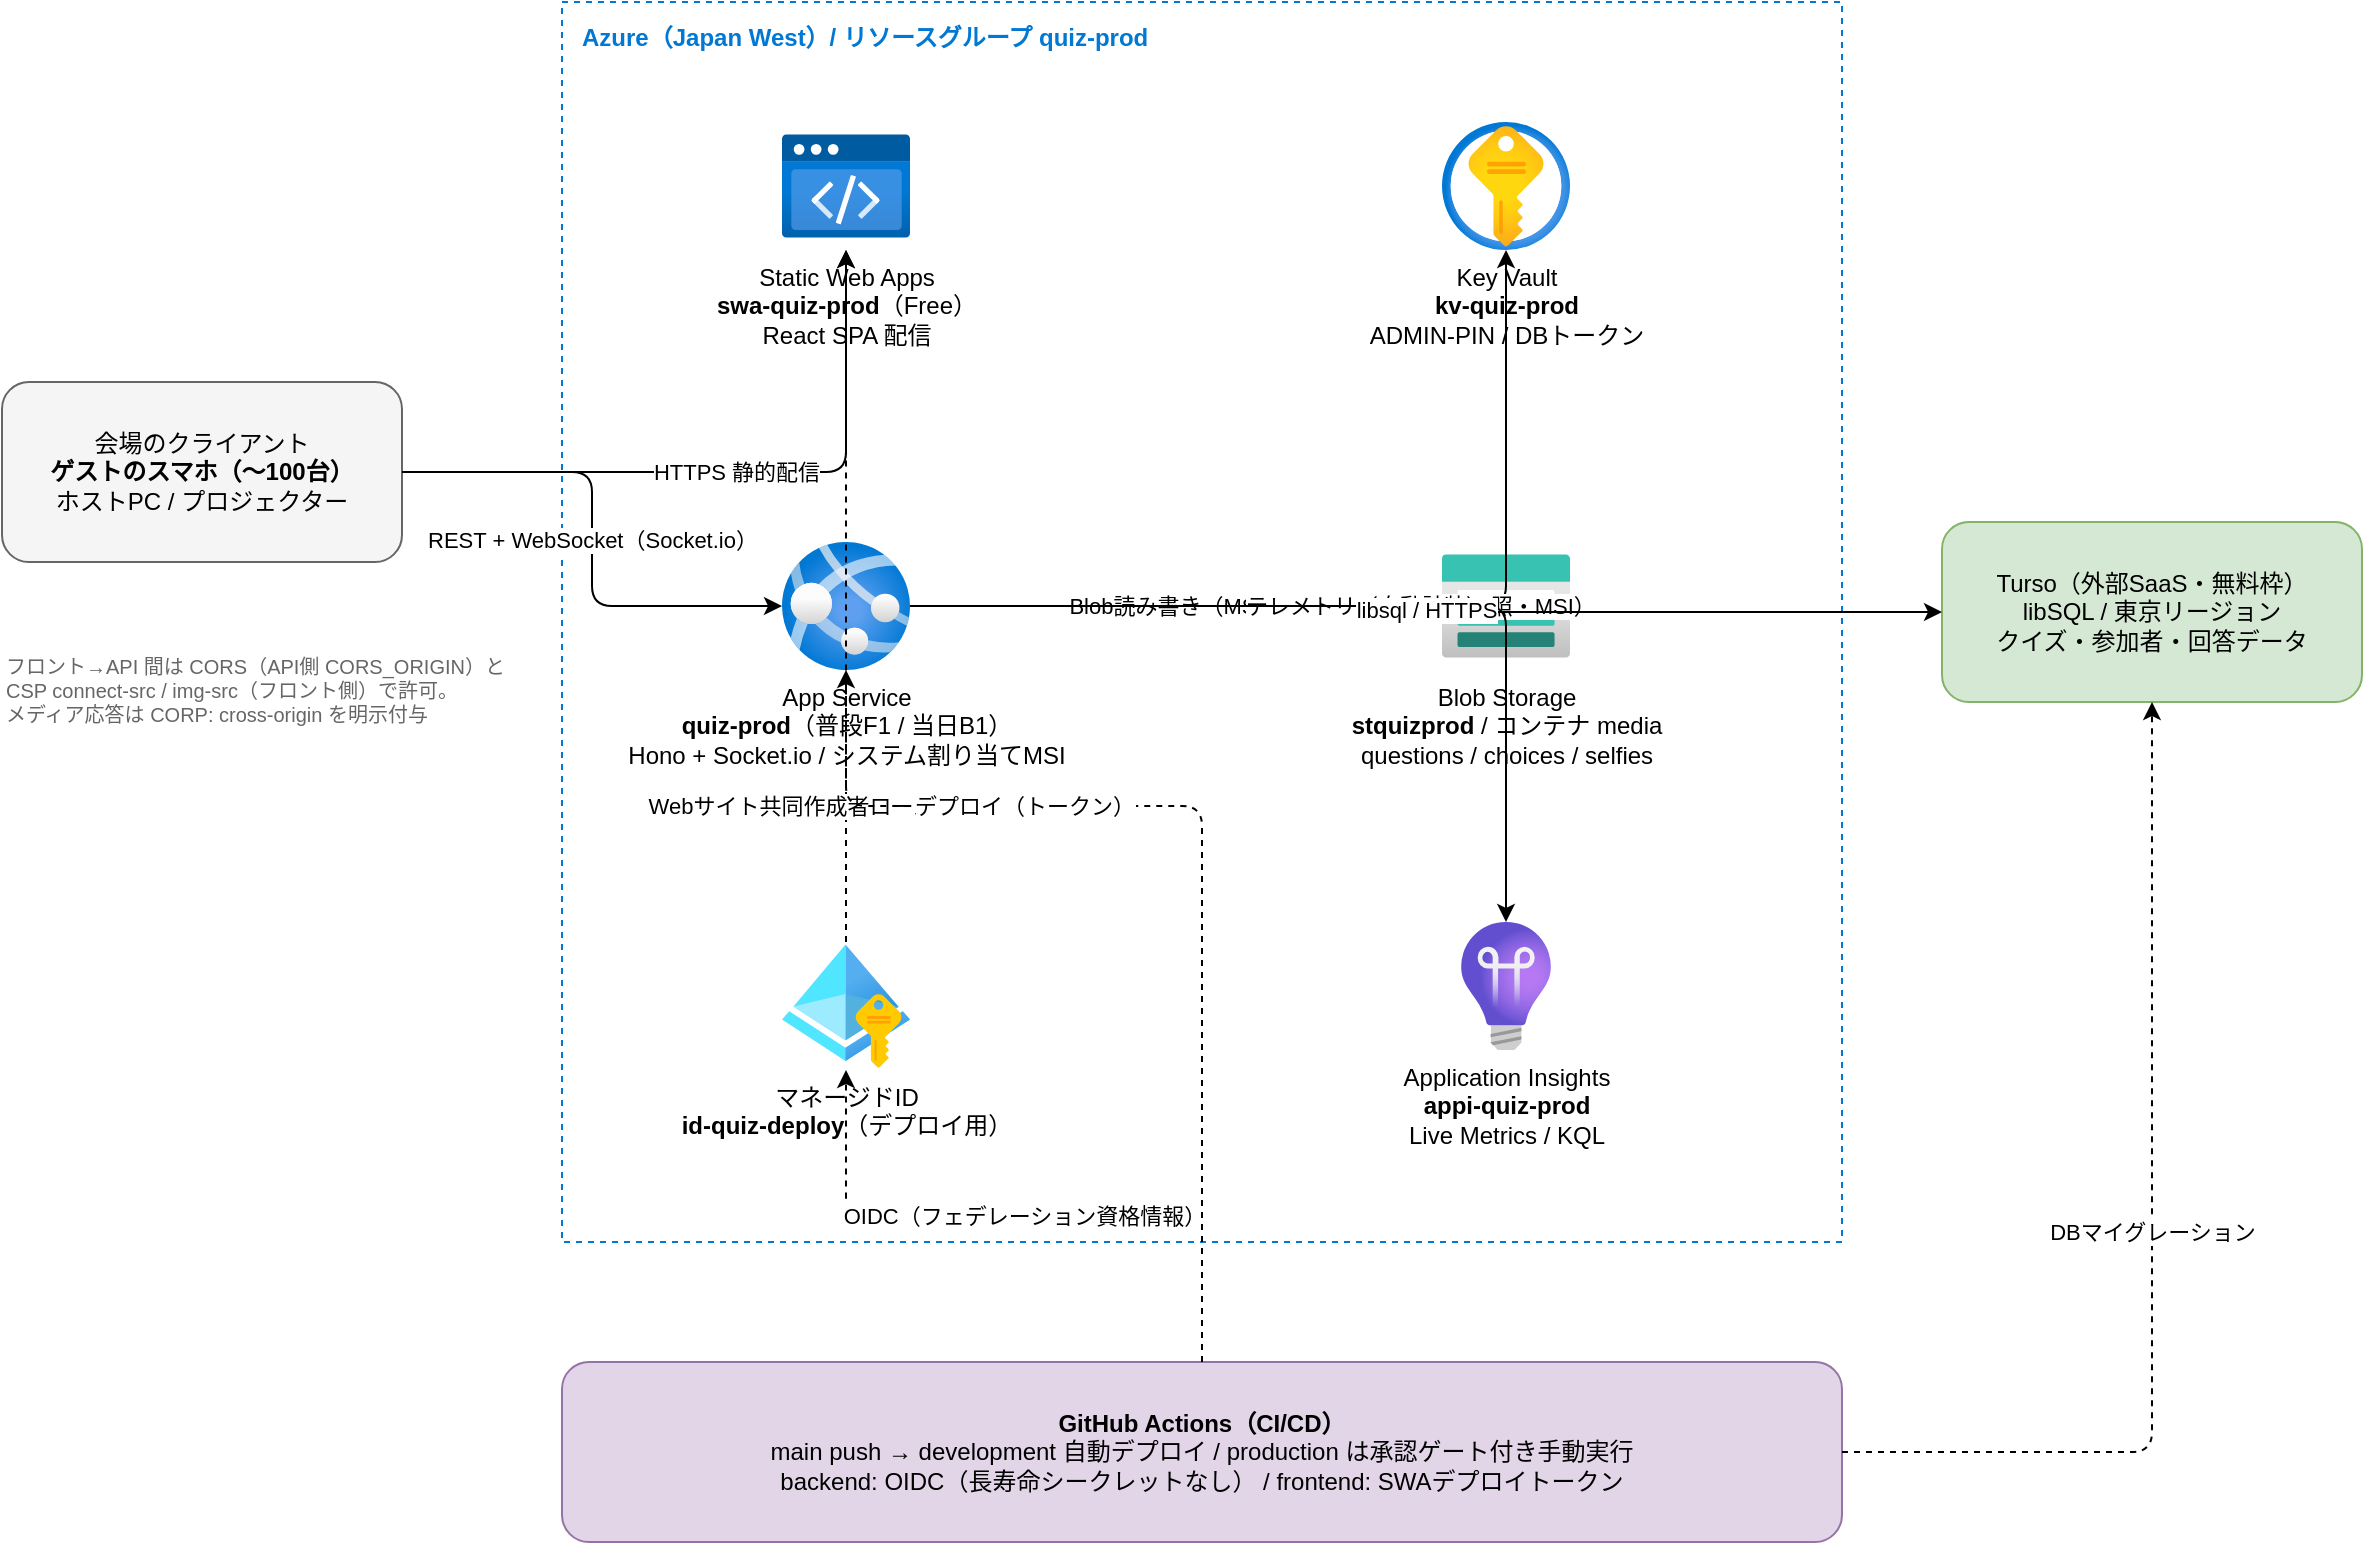
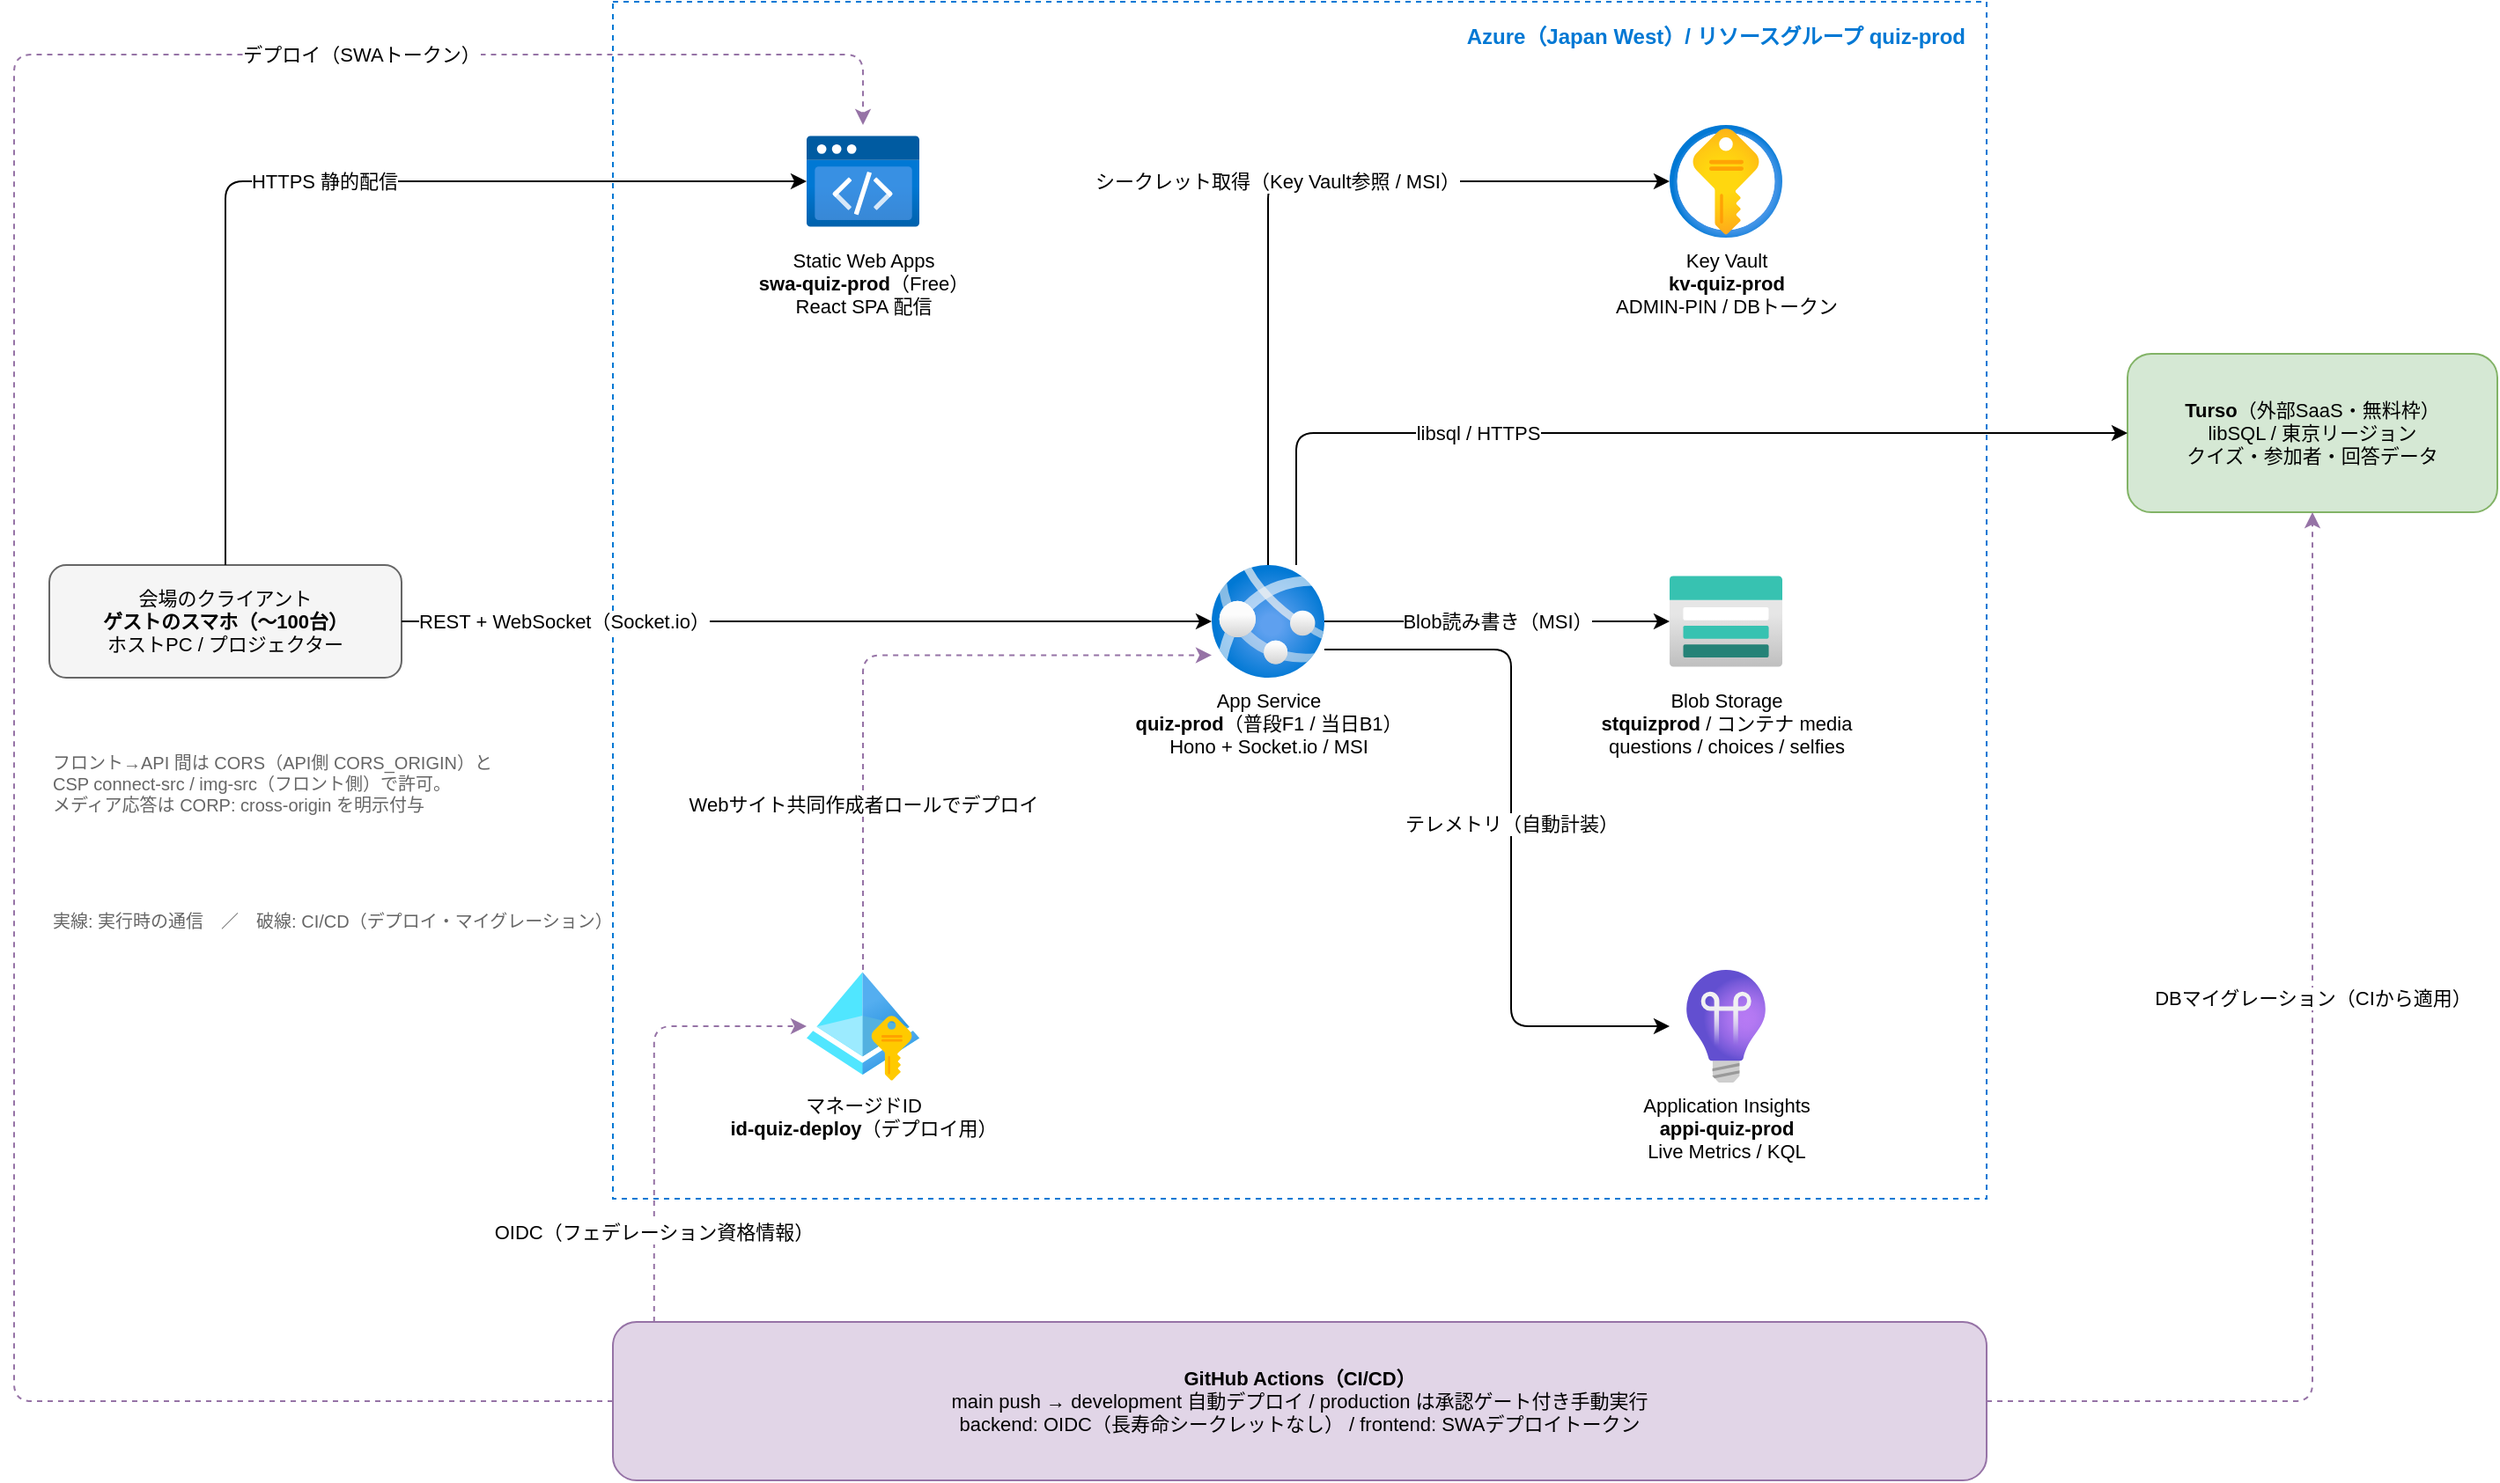
- <mxfile host="app.diagrams.net" agent="wedding-quiz-docs" version="24.0.0">
+ <mxfile host="app.diagrams.net" agent="wedding-quiz-docs" version="26.0.0">
  <diagram id="prod-arch" name="本番構成（prod）">
-     <mxGraphModel dx="1420" dy="820" grid="1" gridSize="10" guides="1" tooltips="1" connect="1" arrows="1" fold="1" page="1" pageScale="1" pageWidth="1250" pageHeight="900" math="0" shadow="0">
+     <mxGraphModel dx="1420" dy="820" grid="1" gridSize="10" guides="1" tooltips="1" connect="1" arrows="1" fold="1" page="1" pageScale="1" pageWidth="1500" pageHeight="950" math="0" shadow="0">
      <root>
        <mxCell id="0" />
        <mxCell id="1" parent="0" />

-         <mxCell id="clients" value="会場のクライアント&lt;br&gt;&lt;b&gt;ゲストのスマホ（〜100台）&lt;/b&gt;&lt;br&gt;ホストPC / プロジェクター" style="rounded=1;whiteSpace=wrap;html=1;fillColor=#f5f5f5;strokeColor=#666666;" vertex="1" parent="1">
-           <mxGeometry x="40" y="250" width="200" height="90" as="geometry" />
+         <mxCell id="clients" value="会場のクライアント&lt;br&gt;&lt;b&gt;ゲストのスマホ（〜100台）&lt;/b&gt;&lt;br&gt;ホストPC / プロジェクター" style="rounded=1;whiteSpace=wrap;html=1;fillColor=#f5f5f5;strokeColor=#666666;fontSize=11;" vertex="1" parent="1">
+           <mxGeometry x="40" y="360" width="200" height="64" as="geometry" />
        </mxCell>

-         <mxCell id="note" value="フロント→API 間は CORS（API側 CORS_ORIGIN）と&lt;br&gt;CSP connect-src / img-src（フロント側）で許可。&lt;br&gt;メディア応答は CORP: cross-origin を明示付与" style="text;html=1;align=left;verticalAlign=top;fontSize=10;fontColor=#666666;" vertex="1" parent="1">
-           <mxGeometry x="40" y="380" width="260" height="70" as="geometry" />
+         <mxCell id="note1" value="フロント→API 間は CORS（API側 CORS_ORIGIN）と&lt;br&gt;CSP connect-src / img-src（フロント側）で許可。&lt;br&gt;メディア応答は CORP: cross-origin を明示付与" style="text;html=1;align=left;verticalAlign=top;fontSize=10;fontColor=#666666;" vertex="1" parent="1">
+           <mxGeometry x="40" y="460" width="280" height="70" as="geometry" />
        </mxCell>

-         <mxCell id="rg" value="Azure（Japan West）/ リソースグループ quiz-prod" style="rounded=0;whiteSpace=wrap;html=1;dashed=1;fillColor=none;strokeColor=#0078D4;verticalAlign=top;align=left;spacingLeft=8;spacingTop=4;fontColor=#0078D4;fontStyle=1" vertex="1" parent="1">
-           <mxGeometry x="320" y="60" width="640" height="620" as="geometry" />
+         <mxCell id="note2" value="実線: 実行時の通信　／　破線: CI/CD（デプロイ・マイグレーション）" style="text;html=1;align=left;verticalAlign=top;fontSize=10;fontColor=#666666;" vertex="1" parent="1">
+           <mxGeometry x="40" y="550" width="300" height="20" as="geometry" />
        </mxCell>

-         <mxCell id="swa" value="Static Web Apps&lt;br&gt;&lt;b&gt;swa-quiz-prod&lt;/b&gt;（Free）&lt;br&gt;React SPA 配信" style="image;html=1;image=img/lib/azure2/preview/Static_Apps.svg;verticalLabelPosition=bottom;verticalAlign=top;labelBackgroundColor=none;aspect=fixed;" vertex="1" parent="1">
-           <mxGeometry x="430" y="120" width="64" height="64" as="geometry" />
+         <mxCell id="rg" value="Azure（Japan West）/ リソースグループ quiz-prod" style="rounded=0;whiteSpace=wrap;html=1;dashed=1;fillColor=none;strokeColor=#0078D4;verticalAlign=top;align=right;spacingRight=10;spacingTop=6;fontColor=#0078D4;fontStyle=1;container=1;pointerEvents=0;collapsible=0;" vertex="1" parent="1">
+           <mxGeometry x="360" y="40" width="780" height="680" as="geometry" />
        </mxCell>

-         <mxCell id="app" value="App Service&lt;br&gt;&lt;b&gt;quiz-prod&lt;/b&gt;（普段F1 / 当日B1）&lt;br&gt;Hono + Socket.io / システム割り当てMSI" style="image;html=1;image=img/lib/azure2/app_services/App_Services.svg;verticalLabelPosition=bottom;verticalAlign=top;labelBackgroundColor=none;aspect=fixed;" vertex="1" parent="1">
-           <mxGeometry x="430" y="330" width="64" height="64" as="geometry" />
+         <mxCell id="swa" value="Static Web Apps&lt;br&gt;&lt;b&gt;swa-quiz-prod&lt;/b&gt;（Free）&lt;br&gt;React SPA 配信" style="image;html=1;image=img/lib/azure2/preview/Static_Apps.svg;verticalLabelPosition=bottom;verticalAlign=top;labelBackgroundColor=#ffffff;fontSize=11;aspect=fixed;" vertex="1" parent="rg">
+           <mxGeometry x="110" y="70" width="64" height="64" as="geometry" />
        </mxCell>

-         <mxCell id="kv" value="Key Vault&lt;br&gt;&lt;b&gt;kv-quiz-prod&lt;/b&gt;&lt;br&gt;ADMIN-PIN / DBトークン" style="image;html=1;image=img/lib/azure2/security/Key_Vaults.svg;verticalLabelPosition=bottom;verticalAlign=top;labelBackgroundColor=none;aspect=fixed;" vertex="1" parent="1">
-           <mxGeometry x="760" y="120" width="64" height="64" as="geometry" />
+         <mxCell id="kv" value="Key Vault&lt;br&gt;&lt;b&gt;kv-quiz-prod&lt;/b&gt;&lt;br&gt;ADMIN-PIN / DBトークン" style="image;html=1;image=img/lib/azure2/security/Key_Vaults.svg;verticalLabelPosition=bottom;verticalAlign=top;labelBackgroundColor=#ffffff;fontSize=11;aspect=fixed;" vertex="1" parent="rg">
+           <mxGeometry x="600" y="70" width="64" height="64" as="geometry" />
        </mxCell>

-         <mxCell id="st" value="Blob Storage&lt;br&gt;&lt;b&gt;stquizprod&lt;/b&gt; / コンテナ media&lt;br&gt;questions / choices / selfies" style="image;html=1;image=img/lib/azure2/storage/Storage_Accounts.svg;verticalLabelPosition=bottom;verticalAlign=top;labelBackgroundColor=none;aspect=fixed;" vertex="1" parent="1">
-           <mxGeometry x="760" y="330" width="64" height="64" as="geometry" />
+         <mxCell id="app" value="App Service&lt;br&gt;&lt;b&gt;quiz-prod&lt;/b&gt;（普段F1 / 当日B1）&lt;br&gt;Hono + Socket.io / MSI" style="image;html=1;image=img/lib/azure2/app_services/App_Services.svg;verticalLabelPosition=bottom;verticalAlign=top;labelBackgroundColor=#ffffff;fontSize=11;aspect=fixed;" vertex="1" parent="rg">
+           <mxGeometry x="340" y="320" width="64" height="64" as="geometry" />
        </mxCell>

-         <mxCell id="ai" value="Application Insights&lt;br&gt;&lt;b&gt;appi-quiz-prod&lt;/b&gt;&lt;br&gt;Live Metrics / KQL" style="image;html=1;image=img/lib/azure2/devops/Application_Insights.svg;verticalLabelPosition=bottom;verticalAlign=top;labelBackgroundColor=none;aspect=fixed;" vertex="1" parent="1">
-           <mxGeometry x="760" y="520" width="64" height="64" as="geometry" />
+         <mxCell id="blob" value="Blob Storage&lt;br&gt;&lt;b&gt;stquizprod&lt;/b&gt; / コンテナ media&lt;br&gt;questions / choices / selfies" style="image;html=1;image=img/lib/azure2/storage/Storage_Accounts.svg;verticalLabelPosition=bottom;verticalAlign=top;labelBackgroundColor=#ffffff;fontSize=11;aspect=fixed;" vertex="1" parent="rg">
+           <mxGeometry x="600" y="320" width="64" height="64" as="geometry" />
        </mxCell>

-         <mxCell id="uami" value="マネージドID&lt;br&gt;&lt;b&gt;id-quiz-deploy&lt;/b&gt;（デプロイ用）" style="image;html=1;image=img/lib/azure2/identity/Managed_Identities.svg;verticalLabelPosition=bottom;verticalAlign=top;labelBackgroundColor=none;aspect=fixed;" vertex="1" parent="1">
-           <mxGeometry x="430" y="530" width="64" height="64" as="geometry" />
+         <mxCell id="ai" value="Application Insights&lt;br&gt;&lt;b&gt;appi-quiz-prod&lt;/b&gt;&lt;br&gt;Live Metrics / KQL" style="image;html=1;image=img/lib/azure2/devops/Application_Insights.svg;verticalLabelPosition=bottom;verticalAlign=top;labelBackgroundColor=#ffffff;fontSize=11;aspect=fixed;" vertex="1" parent="rg">
+           <mxGeometry x="600" y="550" width="64" height="64" as="geometry" />
        </mxCell>

-         <mxCell id="turso" value="Turso（外部SaaS・無料枠）&lt;br&gt;libSQL / 東京リージョン&lt;br&gt;クイズ・参加者・回答データ" style="rounded=1;whiteSpace=wrap;html=1;fillColor=#d5e8d4;strokeColor=#82b366;" vertex="1" parent="1">
-           <mxGeometry x="1010" y="320" width="210" height="90" as="geometry" />
+         <mxCell id="uami" value="マネージドID&lt;br&gt;&lt;b&gt;id-quiz-deploy&lt;/b&gt;（デプロイ用）" style="image;html=1;image=img/lib/azure2/identity/Managed_Identities.svg;verticalLabelPosition=bottom;verticalAlign=top;labelBackgroundColor=#ffffff;fontSize=11;aspect=fixed;" vertex="1" parent="rg">
+           <mxGeometry x="110" y="550" width="64" height="64" as="geometry" />
        </mxCell>

-         <mxCell id="gh" value="&lt;b&gt;GitHub Actions（CI/CD）&lt;/b&gt;&lt;br&gt;main push → development 自動デプロイ / production は承認ゲート付き手動実行&lt;br&gt;backend: OIDC（長寿命シークレットなし） / frontend: SWAデプロイトークン" style="rounded=1;whiteSpace=wrap;html=1;fillColor=#e1d5e7;strokeColor=#9673a6;" vertex="1" parent="1">
-           <mxGeometry x="320" y="740" width="640" height="90" as="geometry" />
+         <mxCell id="turso" value="&lt;b&gt;Turso&lt;/b&gt;（外部SaaS・無料枠）&lt;br&gt;libSQL / 東京リージョン&lt;br&gt;クイズ・参加者・回答データ" style="rounded=1;whiteSpace=wrap;html=1;fillColor=#d5e8d4;strokeColor=#82b366;fontSize=11;" vertex="1" parent="1">
+           <mxGeometry x="1220" y="240" width="210" height="90" as="geometry" />
        </mxCell>

-         <mxCell id="e1" value="HTTPS 静的配信" style="edgeStyle=orthogonalEdgeStyle;rounded=1;html=1;" edge="1" parent="1" source="clients" target="swa">
+         <mxCell id="gh" value="&lt;b&gt;GitHub Actions（CI/CD）&lt;/b&gt;&lt;br&gt;main push → development 自動デプロイ / production は承認ゲート付き手動実行&lt;br&gt;backend: OIDC（長寿命シークレットなし） / frontend: SWAデプロイトークン" style="rounded=1;whiteSpace=wrap;html=1;fillColor=#e1d5e7;strokeColor=#9673a6;fontSize=11;" vertex="1" parent="1">
+           <mxGeometry x="360" y="790" width="780" height="90" as="geometry" />
+         </mxCell>
+ 
+         <mxCell id="e1" value="HTTPS 静的配信" style="edgeStyle=orthogonalEdgeStyle;rounded=1;orthogonalLoop=1;jettySize=auto;html=1;fontSize=11;labelBackgroundColor=#ffffff;exitX=0.5;exitY=0;exitDx=0;exitDy=0;entryX=0;entryY=0.5;entryDx=0;entryDy=0;" edge="1" parent="1" source="clients" target="swa">
+           <mxGeometry relative="1" as="geometry">
+             <Array as="points">
+               <mxPoint x="140" y="142" />
+             </Array>
+           </mxGeometry>
+         </mxCell>
+ 
+         <mxCell id="e2" value="REST + WebSocket（Socket.io）" style="edgeStyle=orthogonalEdgeStyle;rounded=1;orthogonalLoop=1;jettySize=auto;html=1;fontSize=11;labelBackgroundColor=#ffffff;exitX=1;exitY=0.5;exitDx=0;exitDy=0;entryX=0;entryY=0.5;entryDx=0;entryDy=0;" edge="1" parent="1" source="clients" target="app">
+           <mxGeometry x="-0.6" relative="1" as="geometry" />
+         </mxCell>
+ 
+         <mxCell id="e3" value="シークレット取得（Key Vault参照 / MSI）" style="edgeStyle=orthogonalEdgeStyle;rounded=1;orthogonalLoop=1;jettySize=auto;html=1;fontSize=11;labelBackgroundColor=#ffffff;exitX=0.5;exitY=0;exitDx=0;exitDy=0;entryX=0;entryY=0.5;entryDx=0;entryDy=0;" edge="1" parent="1" source="app" target="kv">
+           <mxGeometry relative="1" as="geometry">
+             <Array as="points">
+               <mxPoint x="732" y="142" />
+             </Array>
+           </mxGeometry>
+         </mxCell>
+ 
+         <mxCell id="e4" value="Blob読み書き（MSI）" style="edgeStyle=orthogonalEdgeStyle;rounded=1;orthogonalLoop=1;jettySize=auto;html=1;fontSize=11;labelBackgroundColor=#ffffff;exitX=1;exitY=0.5;exitDx=0;exitDy=0;entryX=0;entryY=0.5;entryDx=0;entryDy=0;" edge="1" parent="1" source="app" target="blob">
          <mxGeometry relative="1" as="geometry" />
        </mxCell>
-         <mxCell id="e2" value="REST + WebSocket（Socket.io）" style="edgeStyle=orthogonalEdgeStyle;rounded=1;html=1;" edge="1" parent="1" source="clients" target="app">
-           <mxGeometry relative="1" as="geometry" />
+ 
+         <mxCell id="e5" value="テレメトリ（自動計装）" style="edgeStyle=orthogonalEdgeStyle;rounded=1;orthogonalLoop=1;jettySize=auto;html=1;fontSize=11;labelBackgroundColor=#ffffff;exitX=1;exitY=0.75;exitDx=0;exitDy=0;entryX=0;entryY=0.5;entryDx=0;entryDy=0;" edge="1" parent="1" source="app" target="ai">
+           <mxGeometry relative="1" as="geometry">
+             <Array as="points">
+               <mxPoint x="870" y="408" />
+               <mxPoint x="870" y="622" />
+             </Array>
+           </mxGeometry>
        </mxCell>
-         <mxCell id="e3" value="シークレット取得（Key Vault参照・MSI）" style="edgeStyle=orthogonalEdgeStyle;rounded=1;html=1;" edge="1" parent="1" source="app" target="kv">
-           <mxGeometry relative="1" as="geometry" />
+ 
+         <mxCell id="e6" value="libsql / HTTPS" style="edgeStyle=orthogonalEdgeStyle;rounded=1;orthogonalLoop=1;jettySize=auto;html=1;fontSize=11;labelBackgroundColor=#ffffff;exitX=0.75;exitY=0;exitDx=0;exitDy=0;entryX=0;entryY=0.5;entryDx=0;entryDy=0;" edge="1" parent="1" source="app" target="turso">
+           <mxGeometry x="-0.35" relative="1" as="geometry">
+             <Array as="points">
+               <mxPoint x="748" y="285" />
+             </Array>
+           </mxGeometry>
        </mxCell>
-         <mxCell id="e4" value="Blob読み書き（MSI）" style="edgeStyle=orthogonalEdgeStyle;rounded=1;html=1;" edge="1" parent="1" source="app" target="st">
-           <mxGeometry relative="1" as="geometry" />
+ 
+         <mxCell id="e7" value="OIDC（フェデレーション資格情報）" style="edgeStyle=orthogonalEdgeStyle;rounded=1;orthogonalLoop=1;jettySize=auto;html=1;fontSize=11;labelBackgroundColor=#ffffff;dashed=1;strokeColor=#9673a6;exitX=0.03;exitY=0;exitDx=0;exitDy=0;entryX=0;entryY=0.5;entryDx=0;entryDy=0;" edge="1" parent="1" source="gh" target="uami">
+           <mxGeometry x="-0.6" relative="1" as="geometry">
+             <Array as="points">
+               <mxPoint x="383" y="622" />
+             </Array>
+           </mxGeometry>
        </mxCell>
-         <mxCell id="e5" value="テレメトリ（自動計装）" style="edgeStyle=orthogonalEdgeStyle;rounded=1;html=1;" edge="1" parent="1" source="app" target="ai">
-           <mxGeometry relative="1" as="geometry" />
+ 
+         <mxCell id="e8" value="Webサイト共同作成者ロールでデプロイ" style="edgeStyle=orthogonalEdgeStyle;rounded=1;orthogonalLoop=1;jettySize=auto;html=1;fontSize=11;labelBackgroundColor=#ffffff;dashed=1;strokeColor=#9673a6;exitX=0.5;exitY=0;exitDx=0;exitDy=0;entryX=0;entryY=0.8;entryDx=0;entryDy=0;" edge="1" parent="1" source="uami" target="app">
+           <mxGeometry x="-0.5" relative="1" as="geometry">
+             <Array as="points">
+               <mxPoint x="502" y="411" />
+             </Array>
+           </mxGeometry>
        </mxCell>
-         <mxCell id="e6" value="libsql / HTTPS" style="edgeStyle=orthogonalEdgeStyle;rounded=1;html=1;" edge="1" parent="1" source="app" target="turso">
-           <mxGeometry relative="1" as="geometry" />
+ 
+         <mxCell id="e9" value="デプロイ（SWAトークン）" style="edgeStyle=orthogonalEdgeStyle;rounded=1;orthogonalLoop=1;jettySize=auto;html=1;fontSize=11;labelBackgroundColor=#ffffff;dashed=1;strokeColor=#9673a6;exitX=0;exitY=0.5;exitDx=0;exitDy=0;entryX=0.5;entryY=0;entryDx=0;entryDy=0;" edge="1" parent="1" source="gh" target="swa">
+           <mxGeometry x="0.6" relative="1" as="geometry">
+             <Array as="points">
+               <mxPoint x="20" y="835" />
+               <mxPoint x="20" y="70" />
+               <mxPoint x="502" y="70" />
+             </Array>
+           </mxGeometry>
        </mxCell>
-         <mxCell id="e7" value="OIDC（フェデレーション資格情報）" style="edgeStyle=orthogonalEdgeStyle;rounded=1;html=1;dashed=1;" edge="1" parent="1" source="gh" target="uami">
-           <mxGeometry relative="1" as="geometry" />
+ 
+         <mxCell id="e10" value="DBマイグレーション（CIから適用）" style="edgeStyle=orthogonalEdgeStyle;rounded=1;orthogonalLoop=1;jettySize=auto;html=1;fontSize=11;labelBackgroundColor=#ffffff;dashed=1;strokeColor=#9673a6;exitX=1;exitY=0.5;exitDx=0;exitDy=0;entryX=0.5;entryY=1;entryDx=0;entryDy=0;" edge="1" parent="1" source="gh" target="turso">
+           <mxGeometry x="0.2" relative="1" as="geometry">
+             <Array as="points">
+               <mxPoint x="1325" y="835" />
+             </Array>
+           </mxGeometry>
        </mxCell>
-         <mxCell id="e8" value="Webサイト共同作成者ロールでデプロイ" style="edgeStyle=orthogonalEdgeStyle;rounded=1;html=1;dashed=1;" edge="1" parent="1" source="uami" target="app">
-           <mxGeometry relative="1" as="geometry" />
-         </mxCell>
-         <mxCell id="e9" value="デプロイ（トークン）" style="edgeStyle=orthogonalEdgeStyle;rounded=1;html=1;dashed=1;" edge="1" parent="1" source="gh" target="swa">
-           <mxGeometry relative="1" as="geometry" />
-         </mxCell>
-         <mxCell id="e10" value="DBマイグレーション" style="edgeStyle=orthogonalEdgeStyle;rounded=1;html=1;dashed=1;" edge="1" parent="1" source="gh" target="turso">
-           <mxGeometry relative="1" as="geometry" />
-         </mxCell>
+ 
      </root>
    </mxGraphModel>
  </diagram>
</mxfile>
